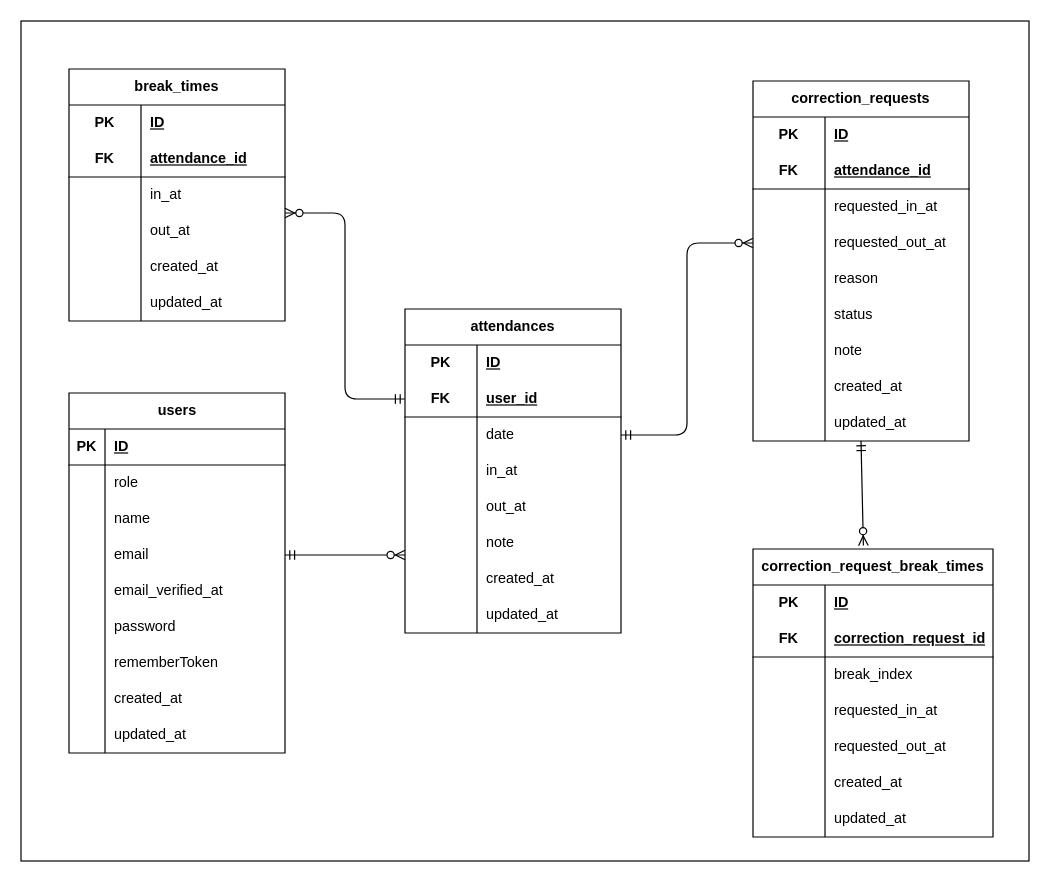
Above: src/er.drawio in Yu-Sasaki451/Attendance (draw.io), before the change. Source tidied: cells renumbered, new cells numbered last; positions are measured from the earlier drawing's top-left corner, leaving out a move shared by most shapes. Both pictures are drawn from the tidied source at 120%, with x=0, y=0 at pixel (20, 20).
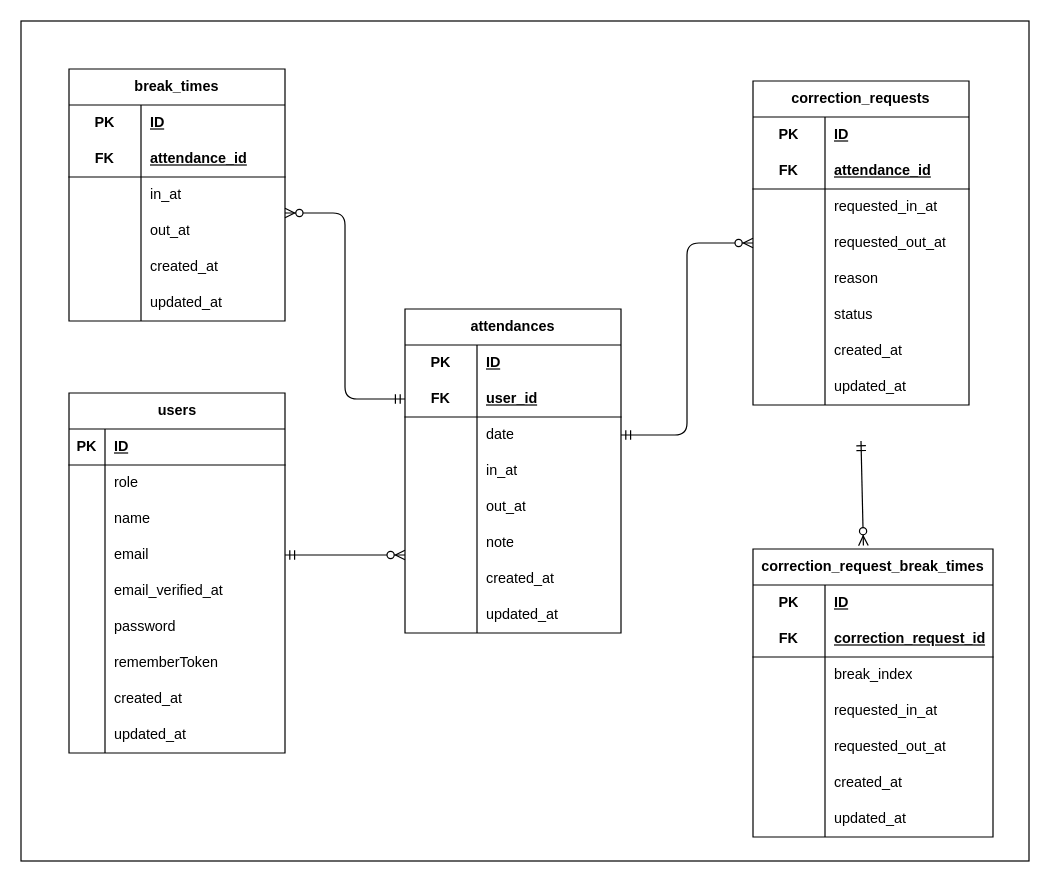
The same diagram, later.

Diff of the diagram source:
```diff
@@
     <mxCell id="56" value="correction_requests" style="shape=table;startSize=30;childLayout=tableLayout;rowLines=0;fontStyle=1;align=center;html=1;whiteSpace=wrap;" parent="1" vertex="1">
-      <mxGeometry x="610" y="50" width="180" height="300" as="geometry" />
+      <mxGeometry x="610" y="50" width="180" height="270" as="geometry" />
     </mxCell>
@@
-    <mxCell id="75" style="shape=tableRow;horizontal=0;startSize=0;swimlaneHead=0;swimlaneBody=0;fillColor=none;top=0;left=0;right=0;bottom=0;html=1;" parent="56" vertex="1">
-      <mxGeometry y="210" width="180" height="30" as="geometry" />
-    </mxCell>
-    <mxCell id="76" style="shape=partialRectangle;fillColor=none;top=0;left=0;bottom=0;right=0;overflow=hidden;html=1;whiteSpace=wrap;" parent="75" vertex="1">
-      <mxGeometry width="60" height="30" as="geometry" />
-    </mxCell>
-    <mxCell id="77" value="note" style="shape=partialRectangle;fillColor=none;top=0;left=0;bottom=0;right=0;align=left;spacingLeft=6;overflow=hidden;html=1;whiteSpace=wrap;" parent="75" vertex="1">
-      <mxGeometry x="60" width="120" height="30" as="geometry" />
-    </mxCell>
     <mxCell id="78" style="shape=tableRow;horizontal=0;startSize=0;swimlaneHead=0;swimlaneBody=0;fillColor=none;top=0;left=0;right=0;bottom=0;html=1;" parent="56" vertex="1">
-      <mxGeometry y="240" width="180" height="30" as="geometry" />
+      <mxGeometry y="210" width="180" height="30" as="geometry" />
     </mxCell>
@@
     <mxCell id="81" style="shape=tableRow;horizontal=0;startSize=0;swimlaneHead=0;swimlaneBody=0;fillColor=none;top=0;left=0;right=0;bottom=0;html=1;" parent="56" vertex="1">
-      <mxGeometry y="270" width="180" height="30" as="geometry" />
+      <mxGeometry y="240" width="180" height="30" as="geometry" />
     </mxCell>
```
